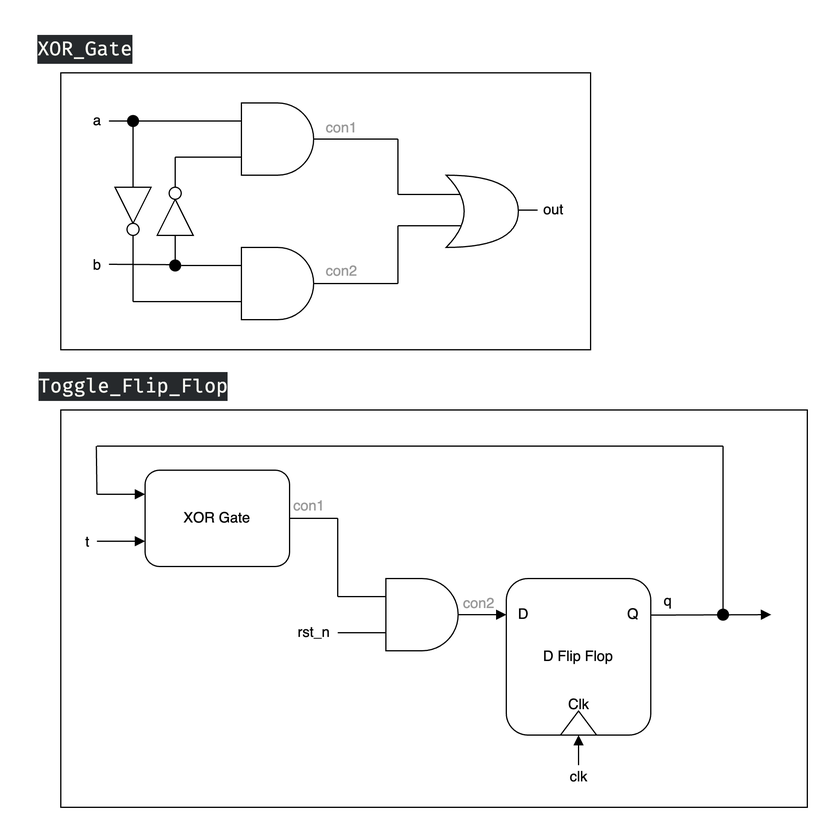
Above: roger/Lab1/Circuit Diagram/a4.png in rogerfan48/Course-Soph1-HDL (draw.io), before the change. Source tidied: cells renumbered, new cells last; positions are measured from the earlier drawing's top-left corner, leaving out a move shared by most shapes.
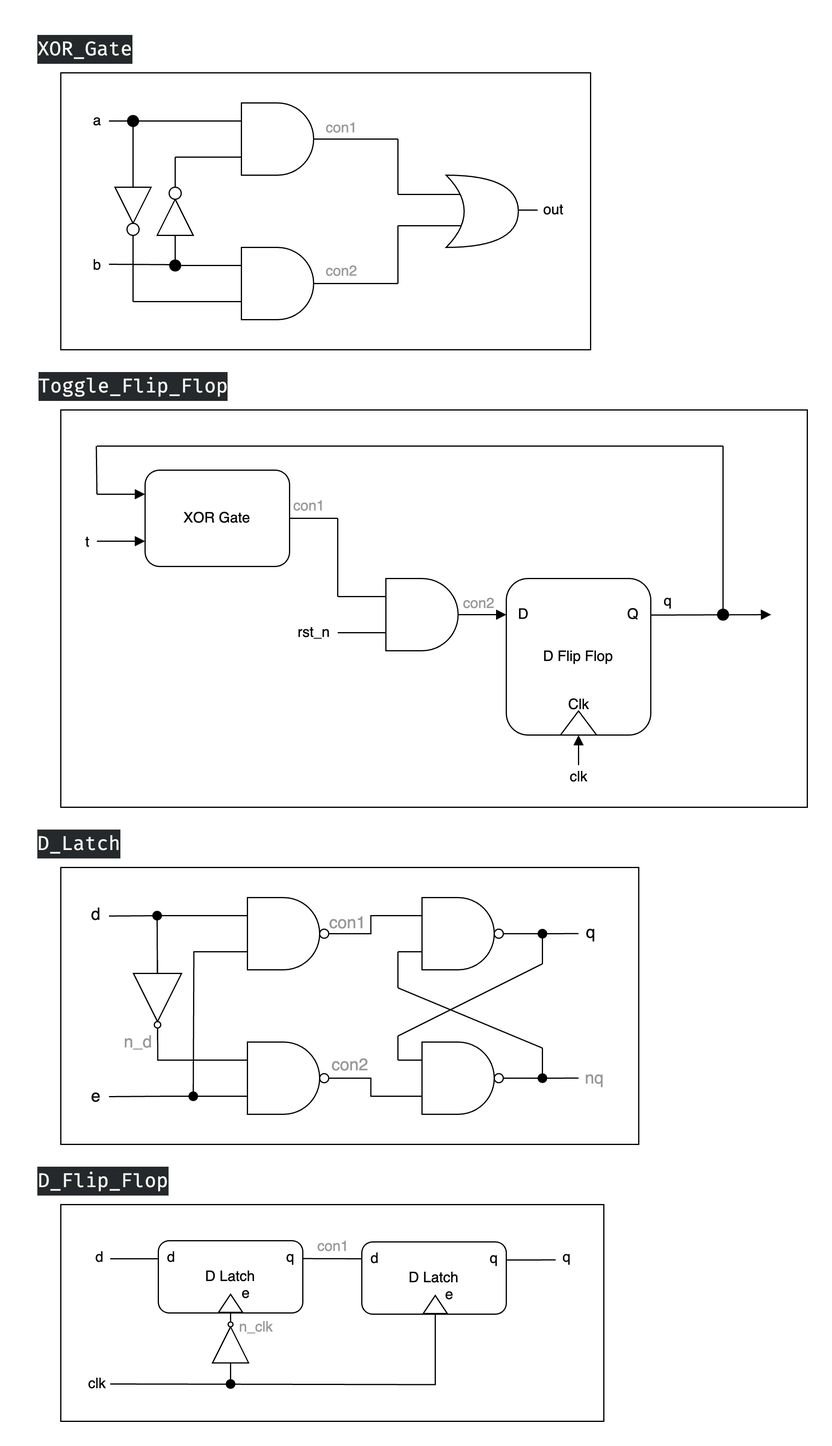
Above is the later version.

Commit message:
Roger/Final: add Mux/DFF circuit diagram

What changed in the source:
```diff
@@ -2,6 +2,15 @@
   <root>
     <mxCell id="0" />
     <mxCell id="1" parent="0" />
+    <mxCell id="72" style="rounded=0;whiteSpace=wrap;html=1;fillStyle=hatch;fillColor=none;" parent="1" vertex="1">
+      <mxGeometry x="30" y="700" width="480" height="230" as="geometry" />
+    </mxCell>
+    <mxCell id="73" value="con2" style="text;html=1;align=center;verticalAlign=middle;strokeColor=none;fillColor=none;fontFamily=Helvetica;fontSize=14;fontColor=#999999;labelBackgroundColor=none;" parent="1" vertex="1">
+      <mxGeometry x="245" y="849" width="50" height="30" as="geometry" />
+    </mxCell>
+    <mxCell id="74" value="con1" style="text;html=1;align=center;verticalAlign=middle;strokeColor=none;fillColor=none;fontFamily=Helvetica;fontSize=14;fontColor=#999999;labelBackgroundColor=none;" parent="1" vertex="1">
+      <mxGeometry x="243" y="731" width="50" height="30" as="geometry" />
+    </mxCell>
     <mxCell id="2" style="group;" parent="1" vertex="1">
       <mxGeometry x="30" y="40" width="440" height="230" as="geometry" />
     </mxCell>
@@ -315,5 +324,203 @@
     <mxCell id="71" value="&lt;div style=&quot;color: rgb(248, 248, 242); background-color: rgb(38, 41, 44); font-family: &amp;quot;Fira Code&amp;quot;, Consolas, &amp;quot;Courier New&amp;quot;, monospace, Menlo, Monaco, &amp;quot;Courier New&amp;quot;, monospace; font-size: 16px; line-height: 24px; white-space-collapse: preserve;&quot;&gt;Toggle_Flip_Flop&lt;/div&gt;" style="text;html=1;align=center;verticalAlign=middle;strokeColor=none;fillColor=none;fontFamily=Helvetica;fontSize=11;fontColor=default;labelBackgroundColor=default;" parent="1" vertex="1">
       <mxGeometry y="280" width="180" height="40" as="geometry" />
     </mxCell>
+    <mxCell id="75" style="edgeStyle=orthogonalEdgeStyle;shape=connector;rounded=0;jettySize=auto;html=1;exitX=0;exitY=0.25;exitDx=0;exitDy=0;exitPerimeter=0;strokeColor=default;align=center;verticalAlign=middle;fontFamily=Helvetica;fontSize=12;fontColor=default;labelBackgroundColor=none;endArrow=none;endFill=0;" parent="1" edge="1" source="77">
+      <mxGeometry relative="1" as="geometry">
+        <mxPoint x="70" y="740.3" as="targetPoint" />
+      </mxGeometry>
+    </mxCell>
+    <mxCell id="76" style="edgeStyle=orthogonalEdgeStyle;shape=connector;rounded=0;jettySize=auto;html=1;exitX=0;exitY=0.75;exitDx=0;exitDy=0;exitPerimeter=0;strokeColor=default;align=center;verticalAlign=middle;fontFamily=Helvetica;fontSize=12;fontColor=default;labelBackgroundColor=none;endArrow=none;endFill=0;" parent="1" edge="1" source="77">
+      <mxGeometry relative="1" as="geometry">
+        <mxPoint x="140" y="890" as="targetPoint" />
+      </mxGeometry>
+    </mxCell>
+    <mxCell id="77" style="verticalLabelPosition=bottom;shadow=0;dashed=0;align=center;html=1;verticalAlign=top;shape=mxgraph.electrical.logic_gates.logic_gate;operation=and;negating=1;negSize=0.15;fontFamily=Helvetica;fontSize=12;fontColor=default;labelBackgroundColor=none;" parent="1" vertex="1">
+      <mxGeometry x="165" y="725" width="100" height="60" as="geometry" />
+    </mxCell>
+    <mxCell id="78" style="edgeStyle=orthogonalEdgeStyle;shape=connector;rounded=0;jettySize=auto;html=1;exitX=0;exitY=0.75;exitDx=0;exitDy=0;exitPerimeter=0;strokeColor=default;align=center;verticalAlign=middle;fontFamily=Helvetica;fontSize=12;fontColor=default;labelBackgroundColor=none;endArrow=none;endFill=0;" parent="1" edge="1" source="80">
+      <mxGeometry relative="1" as="geometry">
+        <mxPoint x="70" y="890.3" as="targetPoint" />
+      </mxGeometry>
+    </mxCell>
+    <mxCell id="79" style="edgeStyle=orthogonalEdgeStyle;shape=connector;rounded=0;jettySize=auto;html=1;exitX=0;exitY=0.25;exitDx=0;exitDy=0;exitPerimeter=0;strokeColor=default;align=center;verticalAlign=middle;fontFamily=Helvetica;fontSize=12;fontColor=default;labelBackgroundColor=none;endArrow=none;endFill=0;" parent="1" edge="1" source="80">
+      <mxGeometry relative="1" as="geometry">
+        <mxPoint x="110" y="740" as="targetPoint" />
+      </mxGeometry>
+    </mxCell>
+    <mxCell id="80" style="verticalLabelPosition=bottom;shadow=0;dashed=0;align=center;html=1;verticalAlign=top;shape=mxgraph.electrical.logic_gates.logic_gate;operation=and;negating=1;negSize=0.15;fontFamily=Helvetica;fontSize=12;fontColor=default;labelBackgroundColor=none;" parent="1" vertex="1">
+      <mxGeometry x="165" y="845" width="100" height="60" as="geometry" />
+    </mxCell>
+    <mxCell id="81" style="verticalLabelPosition=bottom;shadow=0;dashed=0;align=center;html=1;verticalAlign=top;shape=mxgraph.electrical.logic_gates.inverter_2;fontFamily=Helvetica;fontSize=12;fontColor=default;labelBackgroundColor=none;rotation=90;" parent="1" vertex="1">
+      <mxGeometry x="77" y="790" width="66.7" height="40" as="geometry" />
+    </mxCell>
+    <mxCell id="82" style="shape=ellipse;fillColor=#000000;strokeColor=none;html=1;sketch=0;fontFamily=Helvetica;fontSize=11;fontColor=default;labelBackgroundColor=default;" parent="1" vertex="1">
+      <mxGeometry x="106" y="736" width="8" height="8" as="geometry" />
+    </mxCell>
+    <mxCell id="83" style="shape=ellipse;fillColor=#000000;strokeColor=none;html=1;sketch=0;fontFamily=Helvetica;fontSize=11;fontColor=default;labelBackgroundColor=default;" parent="1" vertex="1">
+      <mxGeometry x="136" y="886" width="8" height="8" as="geometry" />
+    </mxCell>
+    <mxCell id="84" style="edgeStyle=orthogonalEdgeStyle;shape=connector;rounded=0;jettySize=auto;html=1;exitX=1;exitY=0.5;exitDx=0;exitDy=0;exitPerimeter=0;strokeColor=default;align=center;verticalAlign=middle;fontFamily=Helvetica;fontSize=12;fontColor=default;labelBackgroundColor=none;endArrow=none;endFill=0;" parent="1" edge="1" source="86">
+      <mxGeometry relative="1" as="geometry">
+        <mxPoint x="460" y="754.9" as="targetPoint" />
+      </mxGeometry>
+    </mxCell>
+    <mxCell id="85" style="edgeStyle=orthogonalEdgeStyle;shape=connector;rounded=0;jettySize=auto;html=1;exitX=0;exitY=0.75;exitDx=0;exitDy=0;exitPerimeter=0;strokeColor=default;align=center;verticalAlign=middle;fontFamily=Helvetica;fontSize=12;fontColor=default;labelBackgroundColor=none;endArrow=none;endFill=0;" parent="1" edge="1" source="86">
+      <mxGeometry relative="1" as="geometry">
+        <mxPoint x="310" y="800" as="targetPoint" />
+      </mxGeometry>
+    </mxCell>
+    <mxCell id="86" style="verticalLabelPosition=bottom;shadow=0;dashed=0;align=center;html=1;verticalAlign=top;shape=mxgraph.electrical.logic_gates.logic_gate;operation=and;negating=1;negSize=0.15;fontFamily=Helvetica;fontSize=12;fontColor=default;labelBackgroundColor=none;" parent="1" vertex="1">
+      <mxGeometry x="310" y="725" width="100" height="60" as="geometry" />
+    </mxCell>
+    <mxCell id="87" style="edgeStyle=orthogonalEdgeStyle;shape=connector;rounded=0;jettySize=auto;html=1;exitX=1;exitY=0.5;exitDx=0;exitDy=0;exitPerimeter=0;strokeColor=default;align=center;verticalAlign=middle;fontFamily=Helvetica;fontSize=12;fontColor=default;labelBackgroundColor=none;endArrow=none;endFill=0;" parent="1" edge="1" source="89">
+      <mxGeometry relative="1" as="geometry">
+        <mxPoint x="460" y="874.9" as="targetPoint" />
+      </mxGeometry>
+    </mxCell>
+    <mxCell id="88" style="edgeStyle=orthogonalEdgeStyle;shape=connector;rounded=0;jettySize=auto;html=1;exitX=0;exitY=0.25;exitDx=0;exitDy=0;exitPerimeter=0;strokeColor=default;align=center;verticalAlign=middle;fontFamily=Helvetica;fontSize=12;fontColor=default;labelBackgroundColor=none;endArrow=none;endFill=0;" parent="1" edge="1" source="89">
+      <mxGeometry relative="1" as="geometry">
+        <mxPoint x="310" y="840" as="targetPoint" />
+      </mxGeometry>
+    </mxCell>
+    <mxCell id="89" style="verticalLabelPosition=bottom;shadow=0;dashed=0;align=center;html=1;verticalAlign=top;shape=mxgraph.electrical.logic_gates.logic_gate;operation=and;negating=1;negSize=0.15;fontFamily=Helvetica;fontSize=12;fontColor=default;labelBackgroundColor=none;" parent="1" vertex="1">
+      <mxGeometry x="310" y="845" width="100" height="60" as="geometry" />
+    </mxCell>
+    <mxCell id="90" style="endArrow=none;html=1;rounded=0;strokeColor=default;align=center;verticalAlign=middle;fontFamily=Helvetica;fontSize=12;fontColor=default;labelBackgroundColor=none;" parent="1" edge="1">
+      <mxGeometry relative="1" as="geometry">
+        <mxPoint x="430" y="780" as="sourcePoint" />
+        <mxPoint x="430" y="755" as="targetPoint" />
+      </mxGeometry>
+    </mxCell>
+    <mxCell id="91" style="endArrow=none;html=1;rounded=0;strokeColor=default;align=center;verticalAlign=middle;fontFamily=Helvetica;fontSize=12;fontColor=default;labelBackgroundColor=none;" parent="1" edge="1">
+      <mxGeometry relative="1" as="geometry">
+        <mxPoint x="430" y="875" as="sourcePoint" />
+        <mxPoint x="430" y="850" as="targetPoint" />
+      </mxGeometry>
+    </mxCell>
+    <mxCell id="92" style="endArrow=none;html=1;rounded=0;strokeColor=default;align=center;verticalAlign=middle;fontFamily=Helvetica;fontSize=12;fontColor=default;labelBackgroundColor=none;" parent="1" edge="1">
+      <mxGeometry relative="1" as="geometry">
+        <mxPoint x="310" y="840" as="sourcePoint" />
+        <mxPoint x="430" y="780" as="targetPoint" />
+      </mxGeometry>
+    </mxCell>
+    <mxCell id="93" style="endArrow=none;html=1;rounded=0;strokeColor=default;align=center;verticalAlign=middle;fontFamily=Helvetica;fontSize=12;fontColor=default;labelBackgroundColor=none;" parent="1" edge="1">
+      <mxGeometry relative="1" as="geometry">
+        <mxPoint x="310" y="800" as="sourcePoint" />
+        <mxPoint x="430" y="850" as="targetPoint" />
+      </mxGeometry>
+    </mxCell>
+    <mxCell id="94" style="shape=ellipse;fillColor=#000000;strokeColor=none;html=1;sketch=0;fontFamily=Helvetica;fontSize=11;fontColor=default;labelBackgroundColor=default;" parent="1" vertex="1">
+      <mxGeometry x="426" y="751" width="8" height="8" as="geometry" />
+    </mxCell>
+    <mxCell id="95" style="shape=ellipse;fillColor=#000000;strokeColor=none;html=1;sketch=0;fontFamily=Helvetica;fontSize=11;fontColor=default;labelBackgroundColor=default;" parent="1" vertex="1">
+      <mxGeometry x="426" y="871" width="8" height="8" as="geometry" />
+    </mxCell>
+    <mxCell id="96" value="d" style="text;html=1;align=center;verticalAlign=middle;strokeColor=none;fillColor=none;fontFamily=Helvetica;fontSize=14;fontColor=default;labelBackgroundColor=none;" parent="1" vertex="1">
+      <mxGeometry x="44" y="724" width="30" height="30" as="geometry" />
+    </mxCell>
+    <mxCell id="97" value="e" style="text;html=1;align=center;verticalAlign=middle;strokeColor=none;fillColor=none;fontFamily=Helvetica;fontSize=14;fontColor=default;labelBackgroundColor=none;" parent="1" vertex="1">
+      <mxGeometry x="44" y="875" width="30" height="30" as="geometry" />
+    </mxCell>
+    <mxCell id="98" value="q" style="text;html=1;align=center;verticalAlign=middle;strokeColor=none;fillColor=none;fontFamily=Helvetica;fontSize=14;fontColor=default;labelBackgroundColor=none;" parent="1" vertex="1">
+      <mxGeometry x="455" y="739" width="30" height="30" as="geometry" />
+    </mxCell>
+    <mxCell id="99" value="nq" style="text;html=1;align=center;verticalAlign=middle;strokeColor=none;fillColor=none;fontFamily=Helvetica;fontSize=14;fontColor=#999999;labelBackgroundColor=none;" parent="1" vertex="1">
+      <mxGeometry x="453" y="860" width="40" height="30" as="geometry" />
+    </mxCell>
+    <mxCell id="100" value="n_d" style="text;html=1;align=center;verticalAlign=middle;strokeColor=none;fillColor=none;fontFamily=Helvetica;fontSize=14;fontColor=#999999;labelBackgroundColor=none;" parent="1" vertex="1">
+      <mxGeometry x="69" y="830" width="50" height="30" as="geometry" />
+    </mxCell>
+    <mxCell id="101" style="edgeStyle=orthogonalEdgeStyle;shape=connector;rounded=0;jettySize=auto;html=1;exitX=0;exitY=0.25;exitDx=0;exitDy=0;exitPerimeter=0;entryX=1;entryY=0.5;entryDx=0;entryDy=0;entryPerimeter=0;strokeColor=default;align=center;verticalAlign=middle;fontFamily=Helvetica;fontSize=12;fontColor=default;labelBackgroundColor=none;endArrow=none;endFill=0;" parent="1" edge="1" source="86" target="77">
+      <mxGeometry relative="1" as="geometry" />
+    </mxCell>
+    <mxCell id="102" style="edgeStyle=orthogonalEdgeStyle;shape=connector;rounded=0;jettySize=auto;html=1;exitX=0;exitY=0.75;exitDx=0;exitDy=0;exitPerimeter=0;entryX=1;entryY=0.5;entryDx=0;entryDy=0;entryPerimeter=0;strokeColor=default;align=center;verticalAlign=middle;fontFamily=Helvetica;fontSize=12;fontColor=default;labelBackgroundColor=none;endArrow=none;endFill=0;" parent="1" edge="1" source="89" target="80">
+      <mxGeometry relative="1" as="geometry" />
+    </mxCell>
+    <mxCell id="103" value="&lt;div style=&quot;color: rgb(248, 248, 242); background-color: rgb(38, 41, 44); font-family: &amp;quot;Fira Code&amp;quot;, Consolas, &amp;quot;Courier New&amp;quot;, monospace, Menlo, Monaco, &amp;quot;Courier New&amp;quot;, monospace; font-size: 16px; line-height: 24px; white-space-collapse: preserve;&quot;&gt;D_Latch&lt;/div&gt;" style="text;html=1;align=center;verticalAlign=middle;strokeColor=none;fillColor=none;fontFamily=Helvetica;fontSize=12;fontColor=default;labelBackgroundColor=none;" parent="1" vertex="1">
+      <mxGeometry y="660" width="90" height="40" as="geometry" />
+    </mxCell>
+    <mxCell id="104" value="D Latch" style="rounded=1;whiteSpace=wrap;html=1;fontFamily=Helvetica;fontSize=12;fontColor=default;labelBackgroundColor=none;" parent="1" vertex="1">
+      <mxGeometry x="111" y="1010" width="120" height="60" as="geometry" />
+    </mxCell>
+    <mxCell id="105" style="endArrow=none;html=1;rounded=0;strokeColor=default;align=center;verticalAlign=middle;fontFamily=Helvetica;fontSize=12;fontColor=default;labelBackgroundColor=none;entryX=0;entryY=0.25;entryDx=0;entryDy=0;" parent="1" edge="1" target="104">
+      <mxGeometry relative="1" as="geometry">
+        <mxPoint x="71" y="1025" as="sourcePoint" />
+      </mxGeometry>
+    </mxCell>
+    <mxCell id="106" style="triangle;whiteSpace=wrap;html=1;fontFamily=Helvetica;fontSize=12;fontColor=default;labelBackgroundColor=none;rotation=-90;" parent="1" vertex="1">
+      <mxGeometry x="163.5" y="1052" width="15" height="20" as="geometry" />
+    </mxCell>
+    <mxCell id="107" value="d" style="text;html=1;align=center;verticalAlign=middle;whiteSpace=wrap;rounded=0;fontFamily=Helvetica;fontSize=12;fontColor=default;labelBackgroundColor=none;" parent="1" vertex="1">
+      <mxGeometry x="92" y="1009" width="60" height="30" as="geometry" />
+    </mxCell>
+    <mxCell id="108" value="q" style="text;html=1;align=center;verticalAlign=middle;whiteSpace=wrap;rounded=0;fontFamily=Helvetica;fontSize=12;fontColor=default;labelBackgroundColor=none;" parent="1" vertex="1">
+      <mxGeometry x="191" y="1009" width="60" height="30" as="geometry" />
+    </mxCell>
+    <mxCell id="109" value="e" style="text;html=1;align=center;verticalAlign=middle;whiteSpace=wrap;rounded=0;fontFamily=Helvetica;fontSize=12;fontColor=default;labelBackgroundColor=none;" parent="1" vertex="1">
+      <mxGeometry x="154" y="1039" width="60" height="30" as="geometry" />
+    </mxCell>
+    <mxCell id="110" style="edgeStyle=orthogonalEdgeStyle;shape=connector;rounded=0;jettySize=auto;html=1;exitX=1;exitY=0.25;exitDx=0;exitDy=0;strokeColor=default;align=center;verticalAlign=middle;fontFamily=Helvetica;fontSize=12;fontColor=default;labelBackgroundColor=none;endArrow=none;endFill=0;" parent="1" edge="1" source="111">
+      <mxGeometry relative="1" as="geometry">
+        <mxPoint x="441" y="1025.9" as="targetPoint" />
+      </mxGeometry>
+    </mxCell>
+    <mxCell id="111" value="D Latch" style="rounded=1;whiteSpace=wrap;html=1;fontFamily=Helvetica;fontSize=12;fontColor=default;labelBackgroundColor=none;" parent="1" vertex="1">
+      <mxGeometry x="280" y="1011" width="120" height="60" as="geometry" />
+    </mxCell>
+    <mxCell id="112" value="e" style="text;html=1;align=center;verticalAlign=middle;whiteSpace=wrap;rounded=0;fontFamily=Helvetica;fontSize=12;fontColor=default;labelBackgroundColor=none;" parent="1" vertex="1">
+      <mxGeometry x="323" y="1040" width="60" height="30" as="geometry" />
+    </mxCell>
+    <mxCell id="113" style="triangle;whiteSpace=wrap;html=1;fontFamily=Helvetica;fontSize=12;fontColor=default;labelBackgroundColor=none;rotation=-90;" parent="1" vertex="1">
+      <mxGeometry x="333.5" y="1053" width="15" height="20" as="geometry" />
+    </mxCell>
+    <mxCell id="114" value="d" style="text;html=1;align=center;verticalAlign=middle;whiteSpace=wrap;rounded=0;fontFamily=Helvetica;fontSize=12;fontColor=default;labelBackgroundColor=none;" parent="1" vertex="1">
+      <mxGeometry x="261" y="1010" width="60" height="30" as="geometry" />
+    </mxCell>
+    <mxCell id="115" value="q" style="text;html=1;align=center;verticalAlign=middle;whiteSpace=wrap;rounded=0;fontFamily=Helvetica;fontSize=12;fontColor=default;labelBackgroundColor=none;" parent="1" vertex="1">
+      <mxGeometry x="360" y="1010" width="60" height="30" as="geometry" />
+    </mxCell>
+    <mxCell id="116" style="endArrow=none;html=1;rounded=0;strokeColor=default;align=center;verticalAlign=middle;fontFamily=Helvetica;fontSize=12;fontColor=default;labelBackgroundColor=none;" parent="1" edge="1">
+      <mxGeometry relative="1" as="geometry">
+        <mxPoint x="231" y="1024.8" as="sourcePoint" />
+        <mxPoint x="280" y="1025" as="targetPoint" />
+      </mxGeometry>
+    </mxCell>
+    <mxCell id="117" style="endArrow=none;html=1;rounded=0;strokeColor=default;align=center;verticalAlign=middle;fontFamily=Helvetica;fontSize=12;fontColor=default;labelBackgroundColor=none;edgeStyle=orthogonalEdgeStyle;entryX=0.3;entryY=1;entryDx=0;entryDy=0;entryPerimeter=0;" parent="1" edge="1" target="112">
+      <mxGeometry relative="1" as="geometry">
+        <mxPoint x="71" y="1129" as="sourcePoint" />
+      </mxGeometry>
+    </mxCell>
+    <mxCell id="118" style="edgeStyle=orthogonalEdgeStyle;shape=connector;rounded=0;jettySize=auto;html=1;exitX=0;exitY=0.5;exitDx=0;exitDy=0;exitPerimeter=0;strokeColor=default;align=center;verticalAlign=middle;fontFamily=Helvetica;fontSize=12;fontColor=default;labelBackgroundColor=none;endArrow=none;endFill=0;" parent="1" edge="1" source="119">
+      <mxGeometry relative="1" as="geometry">
+        <mxPoint x="170.9" y="1130" as="targetPoint" />
+      </mxGeometry>
+    </mxCell>
+    <mxCell id="119" style="verticalLabelPosition=bottom;shadow=0;dashed=0;align=center;html=1;verticalAlign=top;shape=mxgraph.electrical.logic_gates.inverter_2;fontFamily=Helvetica;fontSize=12;fontColor=default;labelBackgroundColor=none;rotation=-90;" parent="1" vertex="1">
+      <mxGeometry x="146" y="1080" width="50" height="30" as="geometry" />
+    </mxCell>
+    <mxCell id="120" style="shape=ellipse;fillColor=#000000;strokeColor=none;html=1;sketch=0;fontFamily=Helvetica;fontSize=11;fontColor=default;labelBackgroundColor=default;" parent="1" vertex="1">
+      <mxGeometry x="167" y="1125" width="8" height="8" as="geometry" />
+    </mxCell>
+    <mxCell id="121" value="d" style="text;html=1;align=center;verticalAlign=middle;strokeColor=none;fillColor=none;fontFamily=Helvetica;fontSize=12;fontColor=default;labelBackgroundColor=none;" parent="1" vertex="1">
+      <mxGeometry x="47" y="1009" width="30" height="30" as="geometry" />
+    </mxCell>
+    <mxCell id="122" value="clk" style="text;html=1;align=center;verticalAlign=middle;strokeColor=none;fillColor=none;fontFamily=Helvetica;fontSize=12;fontColor=default;labelBackgroundColor=none;" parent="1" vertex="1">
+      <mxGeometry x="40" y="1114" width="40" height="30" as="geometry" />
+    </mxCell>
+    <mxCell id="123" value="q" style="text;html=1;align=center;verticalAlign=middle;strokeColor=none;fillColor=none;fontFamily=Helvetica;fontSize=12;fontColor=default;labelBackgroundColor=none;" parent="1" vertex="1">
+      <mxGeometry x="435" y="1009" width="30" height="30" as="geometry" />
+    </mxCell>
+    <mxCell id="124" value="con1" style="text;html=1;align=center;verticalAlign=middle;strokeColor=none;fillColor=none;fontFamily=Helvetica;fontSize=12;fontColor=#999999;labelBackgroundColor=none;" parent="1" vertex="1">
+      <mxGeometry x="231" y="1000" width="50" height="30" as="geometry" />
+    </mxCell>
+    <mxCell id="125" value="n_clk" style="text;html=1;align=center;verticalAlign=middle;strokeColor=none;fillColor=none;fontFamily=Helvetica;fontSize=12;fontColor=#999999;labelBackgroundColor=none;" parent="1" vertex="1">
+      <mxGeometry x="167" y="1067" width="50" height="30" as="geometry" />
+    </mxCell>
+    <mxCell id="126" style="rounded=0;whiteSpace=wrap;html=1;fillStyle=hatch;fillColor=none;" parent="1" vertex="1">
+      <mxGeometry x="30" y="980" width="451" height="180" as="geometry" />
+    </mxCell>
+    <mxCell id="127" value="&lt;div style=&quot;color: rgb(248, 248, 242); background-color: rgb(38, 41, 44); font-family: &amp;quot;Fira Code&amp;quot;, Consolas, &amp;quot;Courier New&amp;quot;, monospace, Menlo, Monaco, &amp;quot;Courier New&amp;quot;, monospace; font-size: 16px; line-height: 24px; white-space-collapse: preserve;&quot;&gt;D_Flip_Flop&lt;/div&gt;" style="text;html=1;align=center;verticalAlign=middle;strokeColor=none;fillColor=none;fontFamily=Helvetica;fontSize=12;fontColor=default;labelBackgroundColor=none;" parent="1" vertex="1">
+      <mxGeometry y="940" width="130" height="40" as="geometry" />
+    </mxCell>
   </root>
 </mxGraphModel>
```
